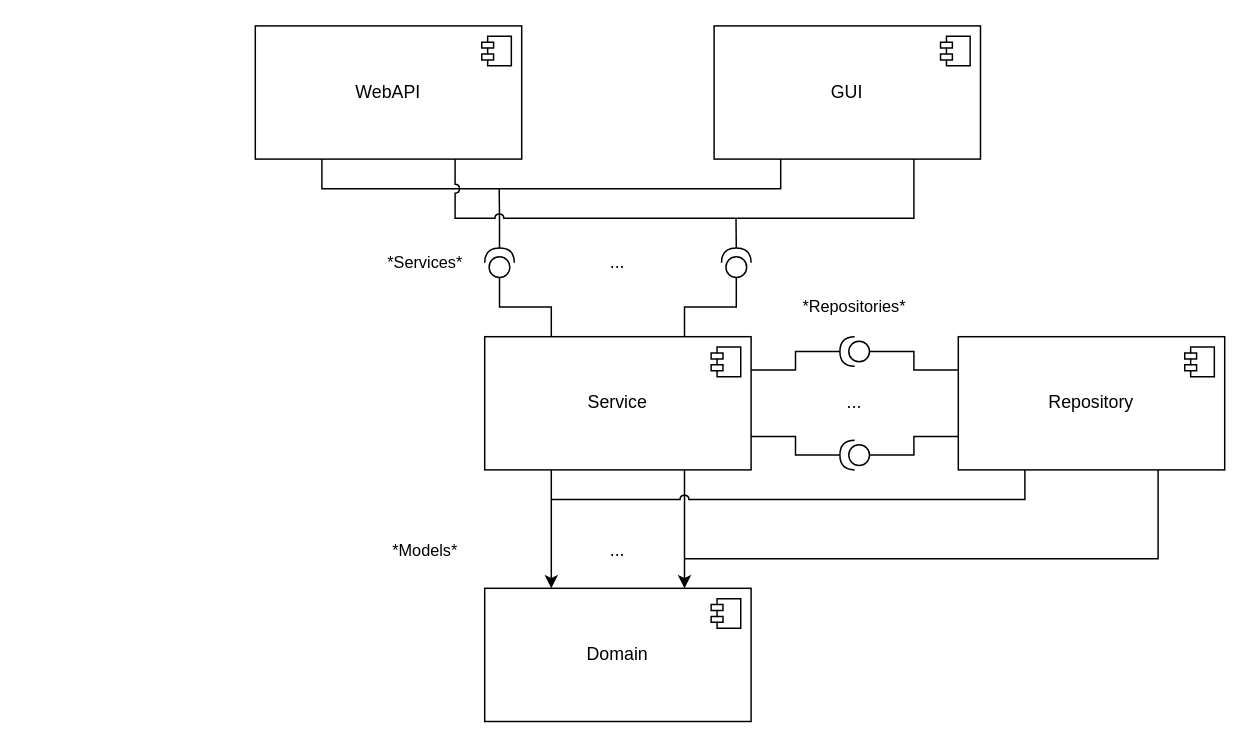
Before: shared/component.drawio in muji40k/rent_market, a draw.io diagram. Source tidied: cells renumbered, new cells numbered last; positions are measured from the earlier drawing's top-left corner, leaving out a move shared by most shapes. Both pictures are drawn from the tidied source at 148%, with x=0, y=0 at pixel (255, 25).
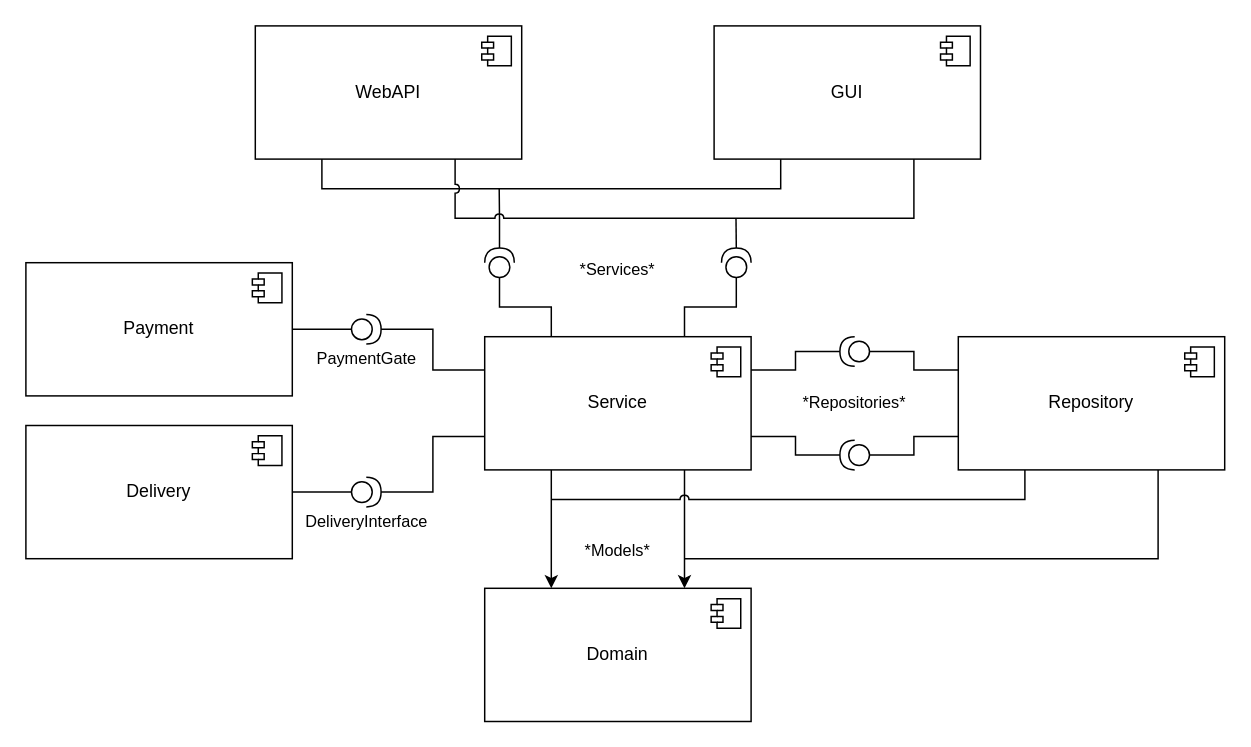
After the change.

Commit message (it also covers changes not shown here):
Add missing delivery and payment components

The change refers to these unchanged cells:
```xml
<mxCell id="5" value="Service" style="html=1;whiteSpace=wrap;" parent="1" vertex="1">
  <mxGeometry x="155" y="210" width="180" height="90" as="geometry" />
</mxCell>
```

Change to the diagram source:
```diff
@@
-    <mxCell id="24" value="..." style="text;html=1;align=center;verticalAlign=middle;whiteSpace=wrap;rounded=0;" parent="1" vertex="1">
-      <mxGeometry x="375" y="240" width="60" height="30" as="geometry" />
-    </mxCell>
@@
-    <mxCell id="32" value="..." style="text;html=1;align=center;verticalAlign=middle;whiteSpace=wrap;rounded=0;" parent="1" vertex="1">
-      <mxGeometry x="215" y="145" width="60" height="30" as="geometry" />
-    </mxCell>
     <mxCell id="33" value="*Services*" style="text;html=1;align=center;verticalAlign=middle;whiteSpace=wrap;rounded=0;fontFamily=Helvetica;fontSize=11;fontColor=default;labelBackgroundColor=default;" parent="1" vertex="1">
-      <mxGeometry x="85" y="145" width="60" height="30" as="geometry" />
+      <mxGeometry x="215" y="150" width="60" height="30" as="geometry" />
     </mxCell>
     <mxCell id="34" value="*Repositories*" style="text;html=1;align=center;verticalAlign=middle;whiteSpace=wrap;rounded=0;fontFamily=Helvetica;fontSize=11;fontColor=default;labelBackgroundColor=default;" parent="1" vertex="1">
-      <mxGeometry x="375" y="175" width="60" height="30" as="geometry" />
+      <mxGeometry x="375" y="240" width="60" height="30" as="geometry" />
     </mxCell>
-    <mxCell id="35" value="..." style="text;html=1;align=center;verticalAlign=middle;whiteSpace=wrap;rounded=0;" parent="1" vertex="1">
-      <mxGeometry x="215" y="340" width="60" height="30" as="geometry" />
-    </mxCell>
     <mxCell id="36" value="*Models*" style="text;html=1;align=center;verticalAlign=middle;whiteSpace=wrap;rounded=0;fontFamily=Helvetica;fontSize=11;fontColor=default;labelBackgroundColor=default;" parent="1" vertex="1">
-      <mxGeometry x="85" y="340" width="60" height="30" as="geometry" />
+      <mxGeometry x="215" y="340" width="60" height="30" as="geometry" />
     </mxCell>
+    <mxCell id="37" value="Payment" style="html=1;whiteSpace=wrap;" parent="1" vertex="1">
+      <mxGeometry x="-155" y="160" width="180" height="90" as="geometry" />
+    </mxCell>
+    <mxCell id="38" style="shape=module;jettyWidth=8;jettyHeight=4;" parent="37" vertex="1">
+      <mxGeometry x="1" width="20" height="20" relative="1" as="geometry">
+        <mxPoint x="-27" y="7" as="offset" />
+      </mxGeometry>
+    </mxCell>
+    <mxCell id="39" style="edgeStyle=orthogonalEdgeStyle;rounded=0;jettySize=auto;html=1;exitX=0;exitY=0.5;exitDx=0;exitDy=0;exitPerimeter=0;entryX=1;entryY=0.5;entryDx=0;entryDy=0;endArrow=none;endFill=0;" parent="1" edge="1" source="40" target="37">
+      <mxGeometry relative="1" as="geometry" />
+    </mxCell>
+    <mxCell id="40" value="&lt;font style=&quot;font-size: 11px;&quot;&gt;PaymentGate&lt;/font&gt;" style="shape=providedRequiredInterface;html=1;verticalLabelPosition=bottom;sketch=0;flipH=0;" parent="1" vertex="1">
+      <mxGeometry x="65" y="195" width="20" height="20" as="geometry" />
+    </mxCell>
+    <mxCell id="41" style="edgeStyle=orthogonalEdgeStyle;shape=connector;rounded=0;jettySize=auto;html=1;exitX=0;exitY=0.25;exitDx=0;exitDy=0;entryX=1;entryY=0.5;entryDx=0;entryDy=0;entryPerimeter=0;strokeColor=default;align=center;verticalAlign=middle;fontFamily=Helvetica;fontSize=11;fontColor=default;labelBackgroundColor=default;endArrow=none;endFill=0;" parent="1" edge="1" source="5" target="40">
+      <mxGeometry relative="1" as="geometry" />
+    </mxCell>
+    <mxCell id="42" value="Delivery" style="html=1;whiteSpace=wrap;" parent="1" vertex="1">
+      <mxGeometry x="-155" y="270" width="180" height="90" as="geometry" />
+    </mxCell>
+    <mxCell id="43" style="shape=module;jettyWidth=8;jettyHeight=4;" parent="42" vertex="1">
+      <mxGeometry x="1" width="20" height="20" relative="1" as="geometry">
+        <mxPoint x="-27" y="7" as="offset" />
+      </mxGeometry>
+    </mxCell>
+    <mxCell id="44" style="edgeStyle=orthogonalEdgeStyle;shape=connector;rounded=0;jettySize=auto;html=1;exitX=0;exitY=0.5;exitDx=0;exitDy=0;exitPerimeter=0;entryX=1;entryY=0.5;entryDx=0;entryDy=0;strokeColor=default;align=center;verticalAlign=middle;fontFamily=Helvetica;fontSize=11;fontColor=default;labelBackgroundColor=default;endArrow=none;endFill=0;" parent="1" edge="1" source="46" target="42">
+      <mxGeometry relative="1" as="geometry" />
+    </mxCell>
+    <mxCell id="45" style="edgeStyle=orthogonalEdgeStyle;shape=connector;rounded=0;jettySize=auto;html=1;exitX=1;exitY=0.5;exitDx=0;exitDy=0;exitPerimeter=0;entryX=0;entryY=0.75;entryDx=0;entryDy=0;strokeColor=default;align=center;verticalAlign=middle;fontFamily=Helvetica;fontSize=11;fontColor=default;labelBackgroundColor=default;endArrow=none;endFill=0;" parent="1" edge="1" source="46" target="5">
+      <mxGeometry relative="1" as="geometry" />
+    </mxCell>
+    <mxCell id="46" value="&lt;font style=&quot;font-size: 11px;&quot;&gt;DeliveryInterface&lt;/font&gt;" style="shape=providedRequiredInterface;html=1;verticalLabelPosition=bottom;sketch=0;flipH=0;" parent="1" vertex="1">
+      <mxGeometry x="65" y="305" width="20" height="20" as="geometry" />
+    </mxCell>
```
